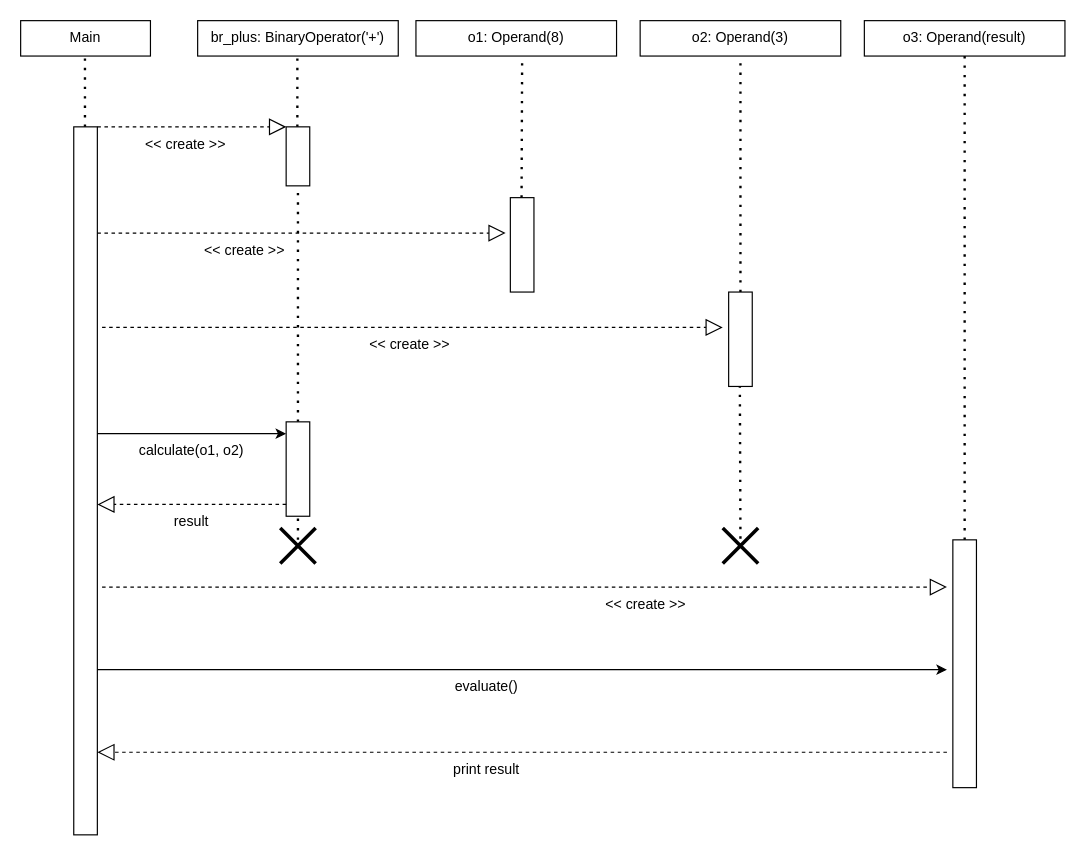
This is Lab2/Lab2ClassDiagram.drawio from matty-gg/CSE2102-SP24-Lab1-Group19, a draw.io file, before an edit. Source tidied: cells renumbered, new cells numbered last; positions are measured from the earlier drawing's top-left corner, leaving out a move shared by most shapes. Both pictures are drawn from the tidied source at 118%, with x=0, y=0 at pixel (20, 20).
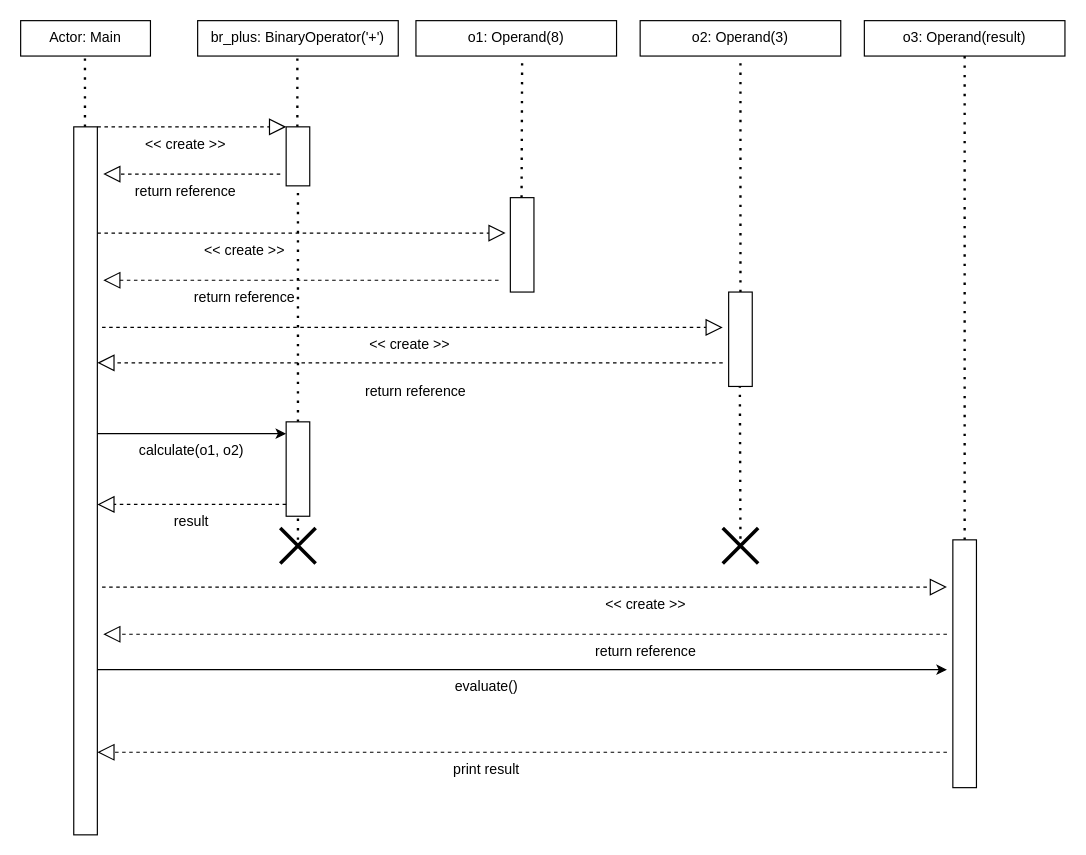
Above is the later version.

Commit message:
added return reference for created objects

What changed in the source:
```diff
@@
-    <mxCell id="38" value="Main" style="rounded=0;whiteSpace=wrap;html=1;" parent="1" vertex="1">
+    <mxCell id="38" value="Actor: Main" style="rounded=0;whiteSpace=wrap;html=1;" parent="1" vertex="1">
       <mxGeometry width="110" height="30" as="geometry" />
     </mxCell>
+    <mxCell id="39" style="endArrow=block;dashed=1;endFill=0;endSize=12;html=1;rounded=0;" parent="1" edge="1">
+      <mxGeometry relative="1" as="geometry">
+        <mxPoint x="220" y="130" as="sourcePoint" />
+        <mxPoint x="70" y="130" as="targetPoint" />
+      </mxGeometry>
+    </mxCell>
+    <mxCell id="40" style="endArrow=block;dashed=1;endFill=0;endSize=12;html=1;rounded=0;" parent="1" edge="1">
+      <mxGeometry relative="1" as="geometry">
+        <mxPoint x="405" y="220" as="sourcePoint" />
+        <mxPoint x="70" y="220" as="targetPoint" />
+      </mxGeometry>
+    </mxCell>
+    <mxCell id="41" style="endArrow=block;dashed=1;endFill=0;endSize=12;html=1;rounded=0;" parent="1" edge="1">
+      <mxGeometry relative="1" as="geometry">
+        <mxPoint x="595" y="290" as="sourcePoint" />
+        <mxPoint x="65" y="290" as="targetPoint" />
+      </mxGeometry>
+    </mxCell>
+    <mxCell id="42" value="return reference" style="text;html=1;strokeColor=none;fillColor=none;align=center;verticalAlign=middle;whiteSpace=wrap;rounded=0;" parent="1" vertex="1">
+      <mxGeometry x="95" y="130" width="90" height="30" as="geometry" />
+    </mxCell>
+    <mxCell id="43" value="return reference" style="text;html=1;strokeColor=none;fillColor=none;align=center;verticalAlign=middle;whiteSpace=wrap;rounded=0;" parent="1" vertex="1">
+      <mxGeometry x="145" y="220" width="90" height="30" as="geometry" />
+    </mxCell>
+    <mxCell id="44" value="return reference" style="text;html=1;strokeColor=none;fillColor=none;align=center;verticalAlign=middle;whiteSpace=wrap;rounded=0;" parent="1" vertex="1">
+      <mxGeometry x="290" y="300" width="90" height="30" as="geometry" />
+    </mxCell>
+    <mxCell id="45" style="endArrow=block;dashed=1;endFill=0;endSize=12;html=1;rounded=0;" parent="1" edge="1">
+      <mxGeometry relative="1" as="geometry">
+        <mxPoint x="785" y="520" as="sourcePoint" />
+        <mxPoint x="70" y="520" as="targetPoint" />
+      </mxGeometry>
+    </mxCell>
+    <mxCell id="46" value="return reference" style="text;html=1;strokeColor=none;fillColor=none;align=center;verticalAlign=middle;whiteSpace=wrap;rounded=0;" parent="1" vertex="1">
+      <mxGeometry x="485" y="520" width="90" height="30" as="geometry" />
+    </mxCell>
```
